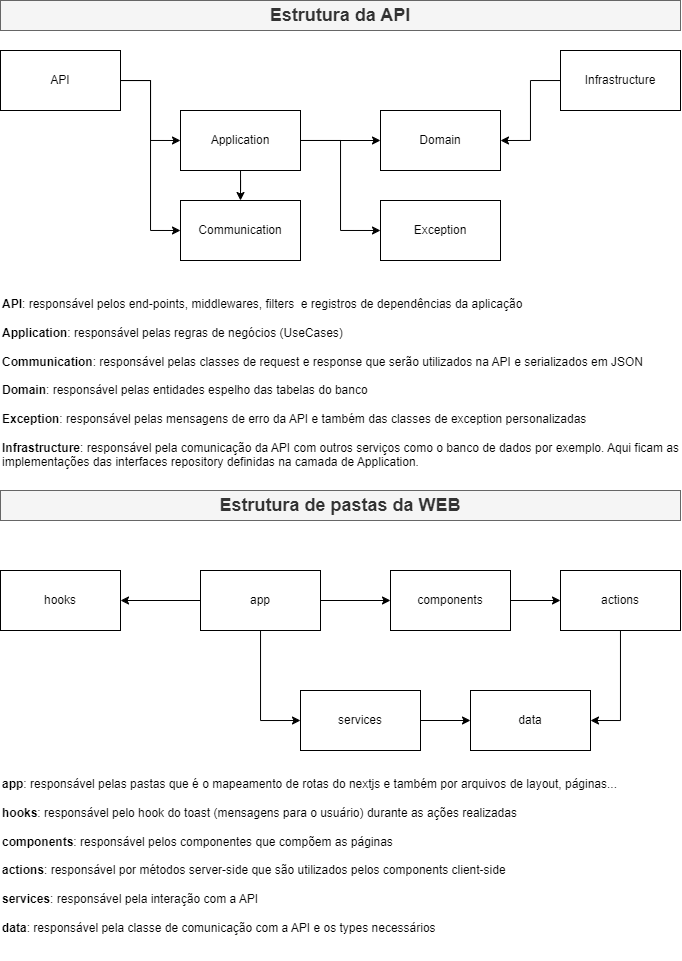
dev-vinicius/mini-bank-app-web keeps this draw.io diagram as api-web-estrutura.png. Above is the earlier version. Source tidied: cells renumbered, new cells last; positions are measured from the earlier drawing's top-left corner, leaving out a move shared by most shapes. Its diagram source:
```xml
<mxGraphModel>
  <root>
    <mxCell id="0" />
    <mxCell id="1" parent="0" />
    <mxCell id="2" style="edgeStyle=orthogonalEdgeStyle;rounded=0;jettySize=auto;html=1;entryX=0;entryY=0.5;entryDx=0;entryDy=0;" parent="1" edge="1" source="4" target="8">
      <mxGeometry relative="1" as="geometry" />
    </mxCell>
    <mxCell id="3" style="edgeStyle=orthogonalEdgeStyle;rounded=0;jettySize=auto;html=1;entryX=0;entryY=0.5;entryDx=0;entryDy=0;" parent="1" edge="1" source="4" target="9">
      <mxGeometry relative="1" as="geometry" />
    </mxCell>
    <mxCell id="4" value="API" style="rounded=0;whiteSpace=wrap;html=1;" parent="1" vertex="1">
      <mxGeometry y="50" width="120" height="60" as="geometry" />
    </mxCell>
    <mxCell id="5" style="edgeStyle=orthogonalEdgeStyle;rounded=0;jettySize=auto;html=1;entryX=0;entryY=0.5;entryDx=0;entryDy=0;" parent="1" edge="1" source="8" target="10">
      <mxGeometry relative="1" as="geometry" />
    </mxCell>
    <mxCell id="6" style="edgeStyle=orthogonalEdgeStyle;rounded=0;jettySize=auto;html=1;entryX=0.5;entryY=0;entryDx=0;entryDy=0;" parent="1" edge="1" source="8" target="9">
      <mxGeometry relative="1" as="geometry" />
    </mxCell>
    <mxCell id="7" style="edgeStyle=orthogonalEdgeStyle;rounded=0;jettySize=auto;html=1;entryX=0;entryY=0.5;entryDx=0;entryDy=0;" parent="1" edge="1" source="8" target="11">
      <mxGeometry relative="1" as="geometry" />
    </mxCell>
    <mxCell id="8" value="Application" style="rounded=0;whiteSpace=wrap;html=1;" parent="1" vertex="1">
      <mxGeometry x="180" y="110" width="120" height="60" as="geometry" />
    </mxCell>
    <mxCell id="9" value="Communication" style="rounded=0;whiteSpace=wrap;html=1;" parent="1" vertex="1">
      <mxGeometry x="180" y="200" width="120" height="60" as="geometry" />
    </mxCell>
    <mxCell id="10" value="Domain" style="rounded=0;whiteSpace=wrap;html=1;" parent="1" vertex="1">
      <mxGeometry x="380" y="110" width="120" height="60" as="geometry" />
    </mxCell>
    <mxCell id="11" value="Exception" style="rounded=0;whiteSpace=wrap;html=1;" parent="1" vertex="1">
      <mxGeometry x="380" y="200" width="120" height="60" as="geometry" />
    </mxCell>
    <mxCell id="12" style="edgeStyle=orthogonalEdgeStyle;rounded=0;jettySize=auto;html=1;entryX=1;entryY=0.5;entryDx=0;entryDy=0;" parent="1" edge="1" source="13" target="10">
      <mxGeometry relative="1" as="geometry" />
    </mxCell>
    <mxCell id="13" value="Infrastructure" style="rounded=0;whiteSpace=wrap;html=1;" parent="1" vertex="1">
      <mxGeometry x="560" y="50" width="120" height="60" as="geometry" />
    </mxCell>
    <mxCell id="14" value="&lt;b&gt;API&lt;/b&gt;: responsável pelos end-points, middlewares, filters&amp;nbsp; e registros de dependências da aplicação&lt;div&gt;&lt;b&gt;&lt;br&gt;&lt;/b&gt;&lt;/div&gt;&lt;div&gt;&lt;b&gt;Application&lt;/b&gt;: responsável pelas regras de negócios (UseCases)&lt;/div&gt;&lt;div&gt;&lt;b&gt;&lt;br&gt;&lt;/b&gt;&lt;/div&gt;&lt;div&gt;&lt;b&gt;Communication&lt;/b&gt;: responsável pelas classes de request e response que serão utilizados na API e serializados em JSON&lt;/div&gt;&lt;div&gt;&lt;b&gt;&lt;br&gt;&lt;/b&gt;&lt;/div&gt;&lt;div&gt;&lt;b&gt;Domain&lt;/b&gt;: responsável pelas entidades espelho das tabelas do banco&lt;/div&gt;&lt;div&gt;&lt;b&gt;&lt;br&gt;&lt;/b&gt;&lt;/div&gt;&lt;div&gt;&lt;b&gt;Exception&lt;/b&gt;: responsável pelas mensagens de erro da API e também das classes de exception personalizadas&lt;/div&gt;&lt;div&gt;&lt;b&gt;&lt;br&gt;&lt;/b&gt;&lt;/div&gt;&lt;div&gt;&lt;b&gt;Infrastructure&lt;/b&gt;: responsável pela comunicação da API com outros serviços como o banco de dados por exemplo. Aqui ficam as implementações das interfaces repository definidas na camada de Application.&lt;/div&gt;" style="text;html=1;align=left;verticalAlign=top;whiteSpace=wrap;rounded=0;" parent="1" vertex="1">
      <mxGeometry y="290" width="680" height="190" as="geometry" />
    </mxCell>
    <mxCell id="15" value="Estrutura da API" style="text;html=1;align=center;verticalAlign=middle;whiteSpace=wrap;rounded=0;fontStyle=1;fillColor=#f5f5f5;fontColor=#333333;strokeColor=#666666;fontSize=18;" parent="1" vertex="1">
      <mxGeometry width="680" height="30" as="geometry" />
    </mxCell>
    <mxCell id="16" value="Estrutura de pastas da WEB" style="text;html=1;align=center;verticalAlign=middle;whiteSpace=wrap;rounded=0;fontStyle=1;fillColor=#f5f5f5;fontColor=#333333;strokeColor=#666666;fontSize=18;" parent="1" vertex="1">
      <mxGeometry y="490" width="680" height="30" as="geometry" />
    </mxCell>
    <mxCell id="17" style="edgeStyle=orthogonalEdgeStyle;rounded=0;jettySize=auto;html=1;entryX=0;entryY=0.5;entryDx=0;entryDy=0;" parent="1" edge="1" source="20" target="24">
      <mxGeometry relative="1" as="geometry" />
    </mxCell>
    <mxCell id="18" style="edgeStyle=orthogonalEdgeStyle;rounded=0;jettySize=auto;html=1;entryX=1;entryY=0.5;entryDx=0;entryDy=0;" parent="1" edge="1" source="20" target="26">
      <mxGeometry relative="1" as="geometry" />
    </mxCell>
    <mxCell id="19" style="edgeStyle=orthogonalEdgeStyle;rounded=0;jettySize=auto;html=1;entryX=0;entryY=0.5;entryDx=0;entryDy=0;" parent="1" edge="1" source="20" target="28">
      <mxGeometry relative="1" as="geometry" />
    </mxCell>
    <mxCell id="20" value="app" style="rounded=0;whiteSpace=wrap;html=1;" parent="1" vertex="1">
      <mxGeometry x="200" y="570" width="120" height="60" as="geometry" />
    </mxCell>
    <mxCell id="21" style="edgeStyle=orthogonalEdgeStyle;rounded=0;jettySize=auto;html=1;entryX=1;entryY=0.5;entryDx=0;entryDy=0;" parent="1" edge="1" source="22" target="25">
      <mxGeometry relative="1" as="geometry" />
    </mxCell>
    <mxCell id="22" value="actions" style="rounded=0;whiteSpace=wrap;html=1;" parent="1" vertex="1">
      <mxGeometry x="560" y="570" width="120" height="60" as="geometry" />
    </mxCell>
    <mxCell id="23" style="edgeStyle=orthogonalEdgeStyle;rounded=0;jettySize=auto;html=1;entryX=0;entryY=0.5;entryDx=0;entryDy=0;" parent="1" edge="1" source="24" target="22">
      <mxGeometry relative="1" as="geometry" />
    </mxCell>
    <mxCell id="24" value="components" style="rounded=0;whiteSpace=wrap;html=1;" parent="1" vertex="1">
      <mxGeometry x="390" y="570" width="120" height="60" as="geometry" />
    </mxCell>
    <mxCell id="25" value="data" style="rounded=0;whiteSpace=wrap;html=1;" parent="1" vertex="1">
      <mxGeometry x="470" y="690" width="120" height="60" as="geometry" />
    </mxCell>
    <mxCell id="26" value="hooks" style="rounded=0;whiteSpace=wrap;html=1;" parent="1" vertex="1">
      <mxGeometry y="570" width="120" height="60" as="geometry" />
    </mxCell>
    <mxCell id="27" style="edgeStyle=orthogonalEdgeStyle;rounded=0;jettySize=auto;html=1;entryX=0;entryY=0.5;entryDx=0;entryDy=0;" parent="1" edge="1" source="28" target="25">
      <mxGeometry relative="1" as="geometry" />
    </mxCell>
    <mxCell id="28" value="services" style="rounded=0;whiteSpace=wrap;html=1;" parent="1" vertex="1">
      <mxGeometry x="300" y="690" width="120" height="60" as="geometry" />
    </mxCell>
    <mxCell id="29" value="&lt;b&gt;app&lt;/b&gt;: responsável pelas pastas que é o mapeamento de rotas do nextjs e também por arquivos de layout, páginas&lt;span style=&quot;background-color: initial;&quot;&gt;...&lt;/span&gt;&lt;div&gt;&lt;div&gt;&lt;b&gt;&lt;br&gt;&lt;/b&gt;&lt;/div&gt;&lt;div&gt;&lt;b&gt;hooks&lt;/b&gt;: responsável pelo hook do toast (mensagens para o usuário) durante as ações realizadas&lt;/div&gt;&lt;div&gt;&lt;b&gt;&lt;br&gt;&lt;/b&gt;&lt;/div&gt;&lt;div&gt;&lt;b&gt;components&lt;/b&gt;: responsável pelos componentes que compõem as páginas&lt;/div&gt;&lt;div&gt;&lt;b&gt;&lt;br&gt;&lt;/b&gt;&lt;/div&gt;&lt;div&gt;&lt;b&gt;actions&lt;/b&gt;: responsável por métodos server-side que são utilizados pelos components client-side&lt;/div&gt;&lt;div&gt;&lt;b&gt;&lt;br&gt;&lt;/b&gt;&lt;/div&gt;&lt;div&gt;&lt;b&gt;services&lt;/b&gt;: responsável pela interação com a API&lt;/div&gt;&lt;div&gt;&lt;b&gt;&lt;br&gt;&lt;/b&gt;&lt;/div&gt;&lt;div&gt;&lt;b&gt;data&lt;/b&gt;: responsável pela classe de comunicação com a API e os types necessários&lt;/div&gt;&lt;div&gt;&lt;br&gt;&lt;/div&gt;&lt;/div&gt;" style="text;html=1;align=left;verticalAlign=top;whiteSpace=wrap;rounded=0;" parent="1" vertex="1">
      <mxGeometry y="770" width="680" height="190" as="geometry" />
    </mxCell>
  </root>
</mxGraphModel>
```
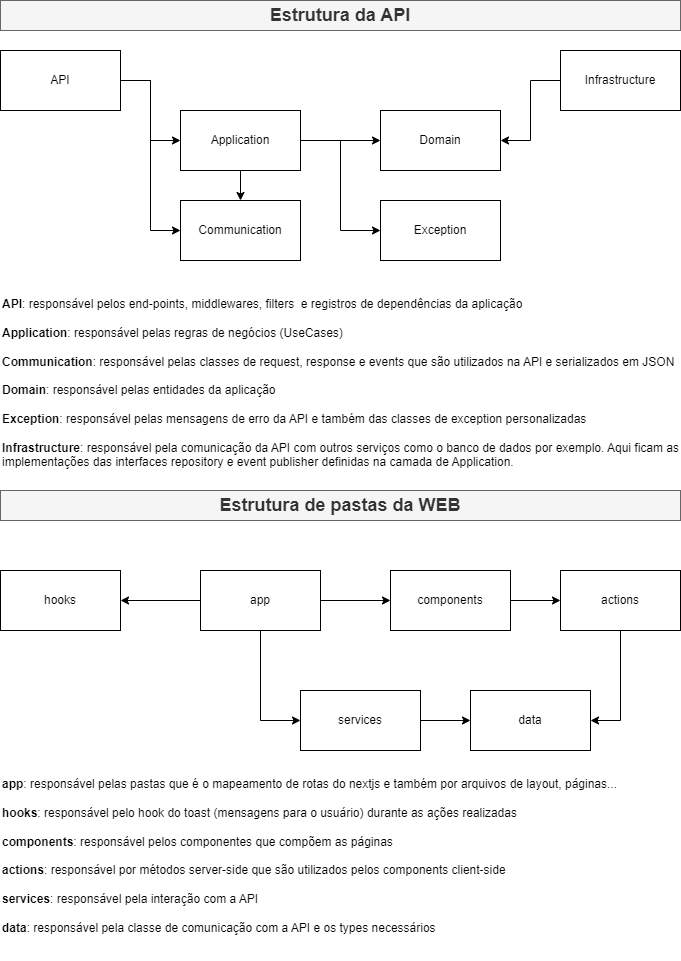
After the commit.

The edit, as a diff of the source:
```diff
@@ -38,7 +38,7 @@
     <mxCell id="13" value="Infrastructure" style="rounded=0;whiteSpace=wrap;html=1;" parent="1" vertex="1">
       <mxGeometry x="560" y="50" width="120" height="60" as="geometry" />
     </mxCell>
-    <mxCell id="14" value="&lt;b&gt;API&lt;/b&gt;: responsável pelos end-points, middlewares, filters&amp;nbsp; e registros de dependências da aplicação&lt;div&gt;&lt;b&gt;&lt;br&gt;&lt;/b&gt;&lt;/div&gt;&lt;div&gt;&lt;b&gt;Application&lt;/b&gt;: responsável pelas regras de negócios (UseCases)&lt;/div&gt;&lt;div&gt;&lt;b&gt;&lt;br&gt;&lt;/b&gt;&lt;/div&gt;&lt;div&gt;&lt;b&gt;Communication&lt;/b&gt;: responsável pelas classes de request e response que serão utilizados na API e serializados em JSON&lt;/div&gt;&lt;div&gt;&lt;b&gt;&lt;br&gt;&lt;/b&gt;&lt;/div&gt;&lt;div&gt;&lt;b&gt;Domain&lt;/b&gt;: responsável pelas entidades espelho das tabelas do banco&lt;/div&gt;&lt;div&gt;&lt;b&gt;&lt;br&gt;&lt;/b&gt;&lt;/div&gt;&lt;div&gt;&lt;b&gt;Exception&lt;/b&gt;: responsável pelas mensagens de erro da API e também das classes de exception personalizadas&lt;/div&gt;&lt;div&gt;&lt;b&gt;&lt;br&gt;&lt;/b&gt;&lt;/div&gt;&lt;div&gt;&lt;b&gt;Infrastructure&lt;/b&gt;: responsável pela comunicação da API com outros serviços como o banco de dados por exemplo. Aqui ficam as implementações das interfaces repository definidas na camada de Application.&lt;/div&gt;" style="text;html=1;align=left;verticalAlign=top;whiteSpace=wrap;rounded=0;" parent="1" vertex="1">
+    <mxCell id="14" value="&lt;b&gt;API&lt;/b&gt;: responsável pelos end-points, middlewares, filters&amp;nbsp; e registros de dependências da aplicação&lt;div&gt;&lt;b&gt;&lt;br&gt;&lt;/b&gt;&lt;/div&gt;&lt;div&gt;&lt;b&gt;Application&lt;/b&gt;: responsável pelas regras de negócios (UseCases)&lt;/div&gt;&lt;div&gt;&lt;b&gt;&lt;br&gt;&lt;/b&gt;&lt;/div&gt;&lt;div&gt;&lt;b&gt;Communication&lt;/b&gt;: responsável pelas classes de request, response e events que são utilizados na API e serializados em JSON&lt;/div&gt;&lt;div&gt;&lt;b&gt;&lt;br&gt;&lt;/b&gt;&lt;/div&gt;&lt;div&gt;&lt;b&gt;Domain&lt;/b&gt;: responsável pelas entidades da aplicação&lt;/div&gt;&lt;div&gt;&lt;b&gt;&lt;br&gt;&lt;/b&gt;&lt;/div&gt;&lt;div&gt;&lt;b&gt;Exception&lt;/b&gt;: responsável pelas mensagens de erro da API e também das classes de exception personalizadas&lt;/div&gt;&lt;div&gt;&lt;b&gt;&lt;br&gt;&lt;/b&gt;&lt;/div&gt;&lt;div&gt;&lt;b&gt;Infrastructure&lt;/b&gt;: responsável pela comunicação da API com outros serviços como o banco de dados por exemplo. Aqui ficam as implementações das interfaces repository e event publisher definidas na camada de Application.&lt;/div&gt;" style="text;html=1;align=left;verticalAlign=top;whiteSpace=wrap;rounded=0;" parent="1" vertex="1">
       <mxGeometry y="290" width="680" height="190" as="geometry" />
     </mxCell>
     <mxCell id="15" value="Estrutura da API" style="text;html=1;align=center;verticalAlign=middle;whiteSpace=wrap;rounded=0;fontStyle=1;fillColor=#f5f5f5;fontColor=#333333;strokeColor=#666666;fontSize=18;" parent="1" vertex="1">
```
